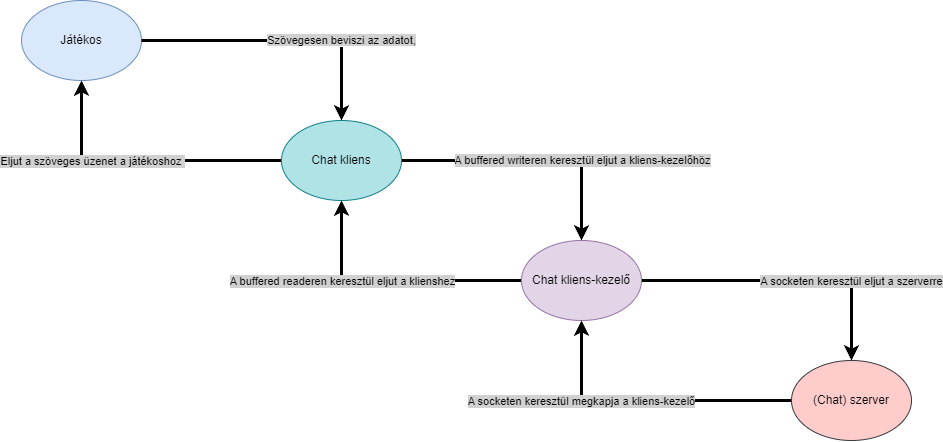
The draw.io diagram chat_funkcionalis.png in banpeter/SzoftverTech, before a commit. Source tidied: cells renumbered, new cells last; positions are measured from the earlier drawing's top-left corner, leaving out a move shared by most shapes. Its diagram source:
```xml
<mxGraphModel>
  <root>
    <mxCell id="0" />
    <mxCell id="1" parent="0" />
    <mxCell id="2" value="Játékos" style="ellipse;whiteSpace=wrap;html=1;fillColor=#dae8fc;strokeColor=#6c8ebf;" parent="1" vertex="1">
      <mxGeometry width="120" height="80" as="geometry" />
    </mxCell>
    <mxCell id="3" value="&lt;span style=&quot;background-color: rgb(209, 209, 209);&quot;&gt;Szövegesen beviszi az adatot,&lt;/span&gt;" style="endArrow=classic;html=1;rounded=0;exitX=1;exitY=0.5;exitDx=0;exitDy=0;entryX=0.5;entryY=0;entryDx=0;entryDy=0;strokeWidth=3;strokeColor=#000000;" parent="1" edge="1" source="2" target="8">
      <mxGeometry x="0.43" relative="1" as="geometry">
        <Array as="points">
          <mxPoint x="320" y="40" />
        </Array>
      </mxGeometry>
    </mxCell>
    <mxCell id="4" style="edgeStyle=orthogonalEdgeStyle;rounded=0;jettySize=auto;html=1;entryX=0.5;entryY=1;entryDx=0;entryDy=0;strokeWidth=3;strokeColor=#000000;" parent="1" edge="1" source="8" target="2">
      <mxGeometry relative="1" as="geometry" />
    </mxCell>
    <mxCell id="5" value="Eljut a szöveges üzenet a játékoshoz&amp;nbsp;" style="edgeLabel;html=1;align=center;verticalAlign=middle;labelBackgroundColor=#D1D1D1;" parent="4" vertex="1">
      <mxGeometry x="-0.11" relative="1" as="geometry">
        <mxPoint x="-65" as="offset" />
      </mxGeometry>
    </mxCell>
    <mxCell id="6" style="edgeStyle=orthogonalEdgeStyle;rounded=0;jettySize=auto;html=1;entryX=0.5;entryY=0;entryDx=0;entryDy=0;strokeWidth=3;strokeColor=#000000;" parent="1" edge="1" source="8" target="13">
      <mxGeometry relative="1" as="geometry" />
    </mxCell>
    <mxCell id="7" value="A buffered writeren keresztül eljut a kliens-kezelőhöz" style="edgeLabel;html=1;align=center;verticalAlign=middle;labelBackgroundColor=#D1D1D1;" parent="6" vertex="1">
      <mxGeometry x="0.47" relative="1" as="geometry">
        <mxPoint y="-11" as="offset" />
      </mxGeometry>
    </mxCell>
    <mxCell id="8" value="Chat kliens" style="ellipse;whiteSpace=wrap;html=1;fillColor=#b0e3e6;strokeColor=#0e8088;" parent="1" vertex="1">
      <mxGeometry x="260" y="120" width="120" height="80" as="geometry" />
    </mxCell>
    <mxCell id="9" style="edgeStyle=orthogonalEdgeStyle;rounded=0;jettySize=auto;html=1;exitX=1;exitY=0.5;exitDx=0;exitDy=0;entryX=0.5;entryY=0;entryDx=0;entryDy=0;strokeWidth=3;strokeColor=#000000;" parent="1" edge="1" source="13" target="16">
      <mxGeometry relative="1" as="geometry" />
    </mxCell>
    <mxCell id="10" value="A socketen keresztül eljut a szerverre" style="edgeLabel;html=1;align=center;verticalAlign=middle;labelBackgroundColor=#D1D1D1;" parent="9" vertex="1">
      <mxGeometry x="0.1" relative="1" as="geometry">
        <mxPoint x="51" as="offset" />
      </mxGeometry>
    </mxCell>
    <mxCell id="11" style="edgeStyle=orthogonalEdgeStyle;rounded=0;jettySize=auto;html=1;entryX=0.5;entryY=1;entryDx=0;entryDy=0;strokeColor=#000000;strokeWidth=3;" parent="1" edge="1" source="13" target="8">
      <mxGeometry relative="1" as="geometry" />
    </mxCell>
    <mxCell id="12" value="A buffered readeren keresztül eljut a klienshez" style="edgeLabel;html=1;align=center;verticalAlign=middle;labelBackgroundColor=#D1D1D1;" parent="11" vertex="1">
      <mxGeometry x="-0.06" y="-2" relative="1" as="geometry">
        <mxPoint x="-58" y="2" as="offset" />
      </mxGeometry>
    </mxCell>
    <mxCell id="13" value="Chat kliens-kezelő" style="ellipse;whiteSpace=wrap;html=1;fillColor=#e1d5e7;strokeColor=#9673a6;" parent="1" vertex="1">
      <mxGeometry x="500" y="240" width="120" height="80" as="geometry" />
    </mxCell>
    <mxCell id="14" style="edgeStyle=orthogonalEdgeStyle;rounded=0;jettySize=auto;html=1;entryX=0.5;entryY=1;entryDx=0;entryDy=0;strokeWidth=3;strokeColor=#000000;" parent="1" edge="1" source="16" target="13">
      <mxGeometry relative="1" as="geometry" />
    </mxCell>
    <mxCell id="15" value="A socketen keresztül megkapja a kliens-kezelő" style="edgeLabel;html=1;align=center;verticalAlign=middle;labelBackgroundColor=#D1D1D1;" parent="14" vertex="1">
      <mxGeometry x="-0.41" y="1" relative="1" as="geometry">
        <mxPoint x="-125" y="-1" as="offset" />
      </mxGeometry>
    </mxCell>
    <mxCell id="16" value="(Chat) szerver" style="ellipse;whiteSpace=wrap;html=1;fillColor=#ffcccc;strokeColor=#36393d;" parent="1" vertex="1">
      <mxGeometry x="770" y="360" width="120" height="80" as="geometry" />
    </mxCell>
  </root>
</mxGraphModel>
```
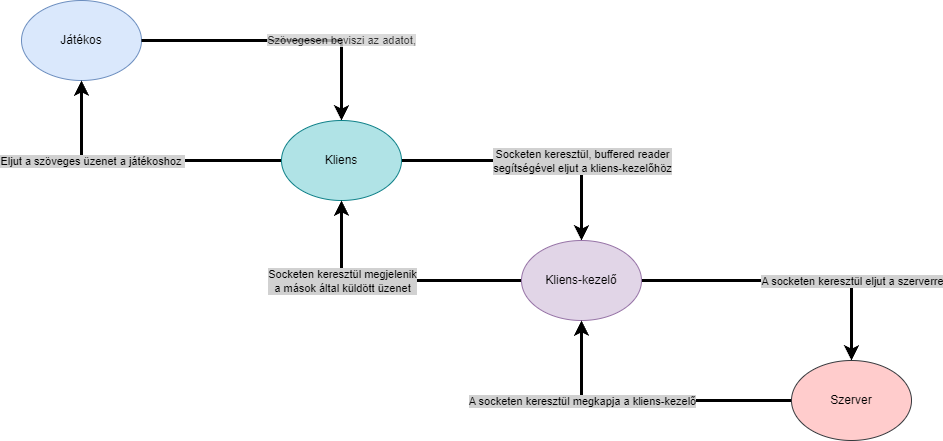
After the commit.

Change to the diagram source:
```diff
@@ -5,14 +5,14 @@
     <mxCell id="2" value="Játékos" style="ellipse;whiteSpace=wrap;html=1;fillColor=#dae8fc;strokeColor=#6c8ebf;" parent="1" vertex="1">
       <mxGeometry width="120" height="80" as="geometry" />
     </mxCell>
-    <mxCell id="3" value="&lt;span style=&quot;background-color: rgb(209, 209, 209);&quot;&gt;Szövegesen beviszi az adatot,&lt;/span&gt;" style="endArrow=classic;html=1;rounded=0;exitX=1;exitY=0.5;exitDx=0;exitDy=0;entryX=0.5;entryY=0;entryDx=0;entryDy=0;strokeWidth=3;strokeColor=#000000;" parent="1" edge="1" source="2" target="8">
+    <mxCell id="3" value="&lt;span style=&quot;background-color: rgb(209, 209, 209);&quot;&gt;Szövegesen beviszi az adatot,&lt;/span&gt;" style="endArrow=classic;html=1;rounded=0;exitX=1;exitY=0.5;exitDx=0;exitDy=0;entryX=0.5;entryY=0;entryDx=0;entryDy=0;strokeWidth=3;strokeColor=#000000;textOpacity=80;" parent="1" edge="1" source="2" target="8">
       <mxGeometry x="0.43" relative="1" as="geometry">
         <Array as="points">
           <mxPoint x="320" y="40" />
         </Array>
       </mxGeometry>
     </mxCell>
-    <mxCell id="4" style="edgeStyle=orthogonalEdgeStyle;rounded=0;jettySize=auto;html=1;entryX=0.5;entryY=1;entryDx=0;entryDy=0;strokeWidth=3;strokeColor=#000000;" parent="1" edge="1" source="8" target="2">
+    <mxCell id="4" style="edgeStyle=orthogonalEdgeStyle;rounded=0;jettySize=auto;html=1;entryX=0.5;entryY=1;entryDx=0;entryDy=0;strokeWidth=3;strokeColor=#000000;textOpacity=80;" parent="1" edge="1" source="8" target="2">
       <mxGeometry relative="1" as="geometry" />
     </mxCell>
     <mxCell id="5" value="Eljut a szöveges üzenet a játékoshoz&amp;nbsp;" style="edgeLabel;html=1;align=center;verticalAlign=middle;labelBackgroundColor=#D1D1D1;" parent="4" vertex="1">
@@ -20,18 +20,18 @@
         <mxPoint x="-65" as="offset" />
       </mxGeometry>
     </mxCell>
-    <mxCell id="6" style="edgeStyle=orthogonalEdgeStyle;rounded=0;jettySize=auto;html=1;entryX=0.5;entryY=0;entryDx=0;entryDy=0;strokeWidth=3;strokeColor=#000000;" parent="1" edge="1" source="8" target="13">
+    <mxCell id="6" style="edgeStyle=orthogonalEdgeStyle;rounded=0;jettySize=auto;html=1;entryX=0.5;entryY=0;entryDx=0;entryDy=0;strokeWidth=3;strokeColor=#000000;textOpacity=80;" parent="1" edge="1" source="8" target="13">
       <mxGeometry relative="1" as="geometry" />
     </mxCell>
-    <mxCell id="7" value="A buffered writeren keresztül eljut a kliens-kezelőhöz" style="edgeLabel;html=1;align=center;verticalAlign=middle;labelBackgroundColor=#D1D1D1;" parent="6" vertex="1">
+    <mxCell id="7" value="Socketen keresztül, buffered reader&lt;br&gt;segítségével&amp;nbsp;eljut a kliens-kezelőhöz" style="edgeLabel;html=1;align=center;verticalAlign=middle;labelBackgroundColor=#D1D1D1;" parent="6" vertex="1">
       <mxGeometry x="0.47" relative="1" as="geometry">
         <mxPoint y="-11" as="offset" />
       </mxGeometry>
     </mxCell>
-    <mxCell id="8" value="Chat kliens" style="ellipse;whiteSpace=wrap;html=1;fillColor=#b0e3e6;strokeColor=#0e8088;" parent="1" vertex="1">
+    <mxCell id="8" value="Kliens" style="ellipse;whiteSpace=wrap;html=1;fillColor=#b0e3e6;strokeColor=#0e8088;" parent="1" vertex="1">
       <mxGeometry x="260" y="120" width="120" height="80" as="geometry" />
     </mxCell>
-    <mxCell id="9" style="edgeStyle=orthogonalEdgeStyle;rounded=0;jettySize=auto;html=1;exitX=1;exitY=0.5;exitDx=0;exitDy=0;entryX=0.5;entryY=0;entryDx=0;entryDy=0;strokeWidth=3;strokeColor=#000000;" parent="1" edge="1" source="13" target="16">
+    <mxCell id="9" style="edgeStyle=orthogonalEdgeStyle;rounded=0;jettySize=auto;html=1;exitX=1;exitY=0.5;exitDx=0;exitDy=0;entryX=0.5;entryY=0;entryDx=0;entryDy=0;strokeWidth=3;strokeColor=#000000;textOpacity=80;" parent="1" edge="1" source="13" target="16">
       <mxGeometry relative="1" as="geometry" />
     </mxCell>
     <mxCell id="10" value="A socketen keresztül eljut a szerverre" style="edgeLabel;html=1;align=center;verticalAlign=middle;labelBackgroundColor=#D1D1D1;" parent="9" vertex="1">
@@ -39,18 +39,18 @@
         <mxPoint x="51" as="offset" />
       </mxGeometry>
     </mxCell>
-    <mxCell id="11" style="edgeStyle=orthogonalEdgeStyle;rounded=0;jettySize=auto;html=1;entryX=0.5;entryY=1;entryDx=0;entryDy=0;strokeColor=#000000;strokeWidth=3;" parent="1" edge="1" source="13" target="8">
+    <mxCell id="11" style="edgeStyle=orthogonalEdgeStyle;rounded=0;jettySize=auto;html=1;entryX=0.5;entryY=1;entryDx=0;entryDy=0;strokeColor=#000000;strokeWidth=3;textOpacity=80;" parent="1" edge="1" source="13" target="8">
       <mxGeometry relative="1" as="geometry" />
     </mxCell>
-    <mxCell id="12" value="A buffered readeren keresztül eljut a klienshez" style="edgeLabel;html=1;align=center;verticalAlign=middle;labelBackgroundColor=#D1D1D1;" parent="11" vertex="1">
+    <mxCell id="12" value="Socketen keresztül megjelenik&lt;br&gt;a mások által küldött üzenet" style="edgeLabel;html=1;align=center;verticalAlign=middle;labelBackgroundColor=#D1D1D1;" parent="11" vertex="1">
       <mxGeometry x="-0.06" y="-2" relative="1" as="geometry">
         <mxPoint x="-58" y="2" as="offset" />
       </mxGeometry>
     </mxCell>
-    <mxCell id="13" value="Chat kliens-kezelő" style="ellipse;whiteSpace=wrap;html=1;fillColor=#e1d5e7;strokeColor=#9673a6;" parent="1" vertex="1">
+    <mxCell id="13" value="Kliens-kezelő" style="ellipse;whiteSpace=wrap;html=1;fillColor=#e1d5e7;strokeColor=#9673a6;" parent="1" vertex="1">
       <mxGeometry x="500" y="240" width="120" height="80" as="geometry" />
     </mxCell>
-    <mxCell id="14" style="edgeStyle=orthogonalEdgeStyle;rounded=0;jettySize=auto;html=1;entryX=0.5;entryY=1;entryDx=0;entryDy=0;strokeWidth=3;strokeColor=#000000;" parent="1" edge="1" source="16" target="13">
+    <mxCell id="14" style="edgeStyle=orthogonalEdgeStyle;rounded=0;jettySize=auto;html=1;entryX=0.5;entryY=1;entryDx=0;entryDy=0;strokeWidth=3;strokeColor=#000000;textOpacity=80;" parent="1" edge="1" source="16" target="13">
       <mxGeometry relative="1" as="geometry" />
     </mxCell>
     <mxCell id="15" value="A socketen keresztül megkapja a kliens-kezelő" style="edgeLabel;html=1;align=center;verticalAlign=middle;labelBackgroundColor=#D1D1D1;" parent="14" vertex="1">
@@ -58,7 +58,7 @@
         <mxPoint x="-125" y="-1" as="offset" />
       </mxGeometry>
     </mxCell>
-    <mxCell id="16" value="(Chat) szerver" style="ellipse;whiteSpace=wrap;html=1;fillColor=#ffcccc;strokeColor=#36393d;" parent="1" vertex="1">
+    <mxCell id="16" value="Szerver" style="ellipse;whiteSpace=wrap;html=1;fillColor=#ffcccc;strokeColor=#36393d;" parent="1" vertex="1">
       <mxGeometry x="770" y="360" width="120" height="80" as="geometry" />
     </mxCell>
   </root>
```
